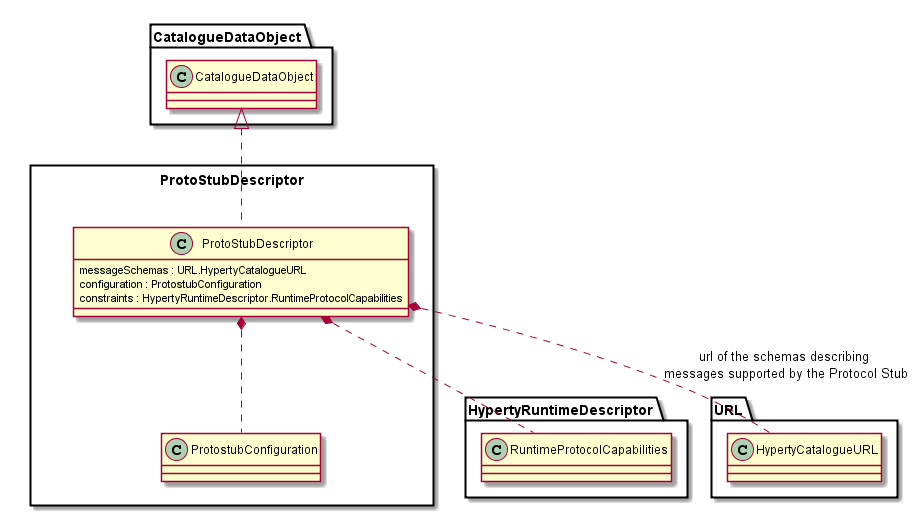
Above: docs/datamodel/Protostub-Descriptor-Data-Object-Model.png in reTHINK-project/dev-service-framework (PlantUML), before the change.
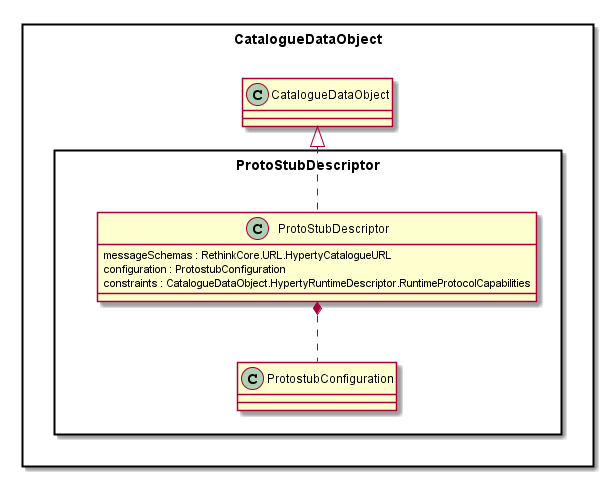
After the commit.

Change to the diagram source:
```diff
@@ -1,11 +1,13 @@
 @startuml "Protostub-Descriptor-Data-Object-Model.png"
+
+package CatalogueDataObject <<Rect>> {
 
 package ProtoStubDescriptor <<Rect>> {
 
 	class ProtoStubDescriptor {
-		messageSchemas : URL.HypertyCatalogueURL
+		messageSchemas : RethinkCore.URL.HypertyCatalogueURL
 		configuration : ProtostubConfiguration
-		constraints : HypertyRuntimeDescriptor.RuntimeProtocolCapabilities
+		constraints : CatalogueDataObject.HypertyRuntimeDescriptor.RuntimeProtocolCapabilities
 	}
 
 	class ProtostubConfiguration {
@@ -15,9 +17,8 @@
 
 	ProtoStubDescriptor *.. ProtostubConfiguration
 
-	ProtoStubDescriptor *.down. HypertyRuntimeDescriptor.RuntimeProtocolCapabilities
 
-	ProtoStubDescriptor *.down. URL.HypertyCatalogueURL : url of the schemas describing \nmessages supported by the Protocol Stub
 }
 
+}
 @enduml
```
